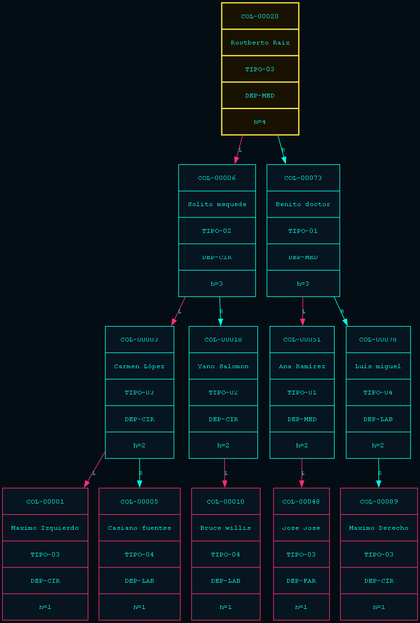
Before: reportes/avl.png, a diagram exported from Graphviz (RONY36606/EDD_1S2026_PY_-202307793_FASE1-2-3). Its source is kept beside it as reportes/avl.dot.
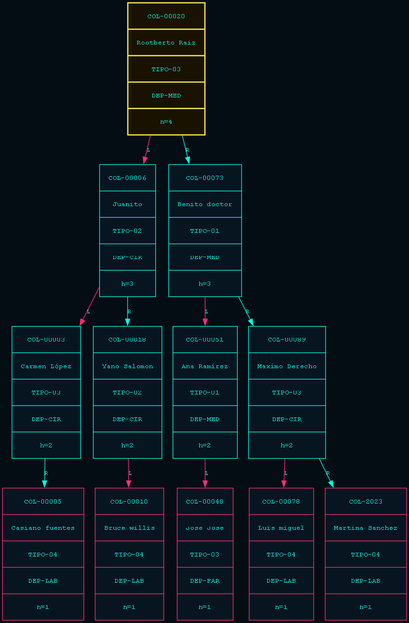
Later version of the same file.

What changed in the source:
```diff
@@ -6,12 +6,10 @@
           color="#00ffe7", margin="0.2"];
     edge [color="#00ffe7", fontcolor="#00ffe7", fontname="Courier", fontsize=9];
     "COL-00020" [label="{COL-00020 | Rootberto Raiz | TIPO-03 | DEP-MED | h=4}", style=filled, fillcolor="#1a1200", color="#f5e642", penwidth=2];
-    "COL-00006" [label="{COL-00006 | Solito mequede | TIPO-02 | DEP-CIR | h=3}", style=filled, fillcolor="#071520", color="#00ffe7"];
+    "COL-00006" [label="{COL-00006 | Juanito | TIPO-02 | DEP-CIR | h=3}", style=filled, fillcolor="#071520", color="#00ffe7"];
     "COL-00020" -> "COL-00006" [label="L", color="#ff2d78"];
     "COL-00003" [label="{COL-00003 | Carmen López | TIPO-03 | DEP-CIR | h=2}", style=filled, fillcolor="#071520", color="#00ffe7"];
     "COL-00006" -> "COL-00003" [label="L", color="#ff2d78"];
-    "COL-00001" [label="{COL-00001 | Maximo Izquierdo | TIPO-03 | DEP-CIR | h=1}", style=filled, fillcolor="#071520", color="#ff2d78"];
-    "COL-00003" -> "COL-00001" [label="L", color="#ff2d78"];
     "COL-00005" [label="{COL-00005 | Casiano fuentes | TIPO-04 | DEP-LAB | h=1}", style=filled, fillcolor="#071520", color="#ff2d78"];
     "COL-00003" -> "COL-00005" [label="R", color="#00ffe7"];
     "COL-00018" [label="{COL-00018 | Yano Salomon | TIPO-02 | DEP-CIR | h=2}", style=filled, fillcolor="#071520", color="#00ffe7"];
@@ -24,8 +22,10 @@
     "COL-00073" -> "COL-00051" [label="L", color="#ff2d78"];
     "COL-00048" [label="{COL-00048 | Jose Jose | TIPO-03 | DEP-FAR | h=1}", style=filled, fillcolor="#071520", color="#ff2d78"];
     "COL-00051" -> "COL-00048" [label="L", color="#ff2d78"];
-    "COL-00078" [label="{COL-00078 | Luis miguel | TIPO-04 | DEP-LAB | h=2}", style=filled, fillcolor="#071520", color="#00ffe7"];
-    "COL-00073" -> "COL-00078" [label="R", color="#00ffe7"];
-    "COL-00089" [label="{COL-00089 | Maximo Derecho | TIPO-03 | DEP-CIR | h=1}", style=filled, fillcolor="#071520", color="#ff2d78"];
-    "COL-00078" -> "COL-00089" [label="R", color="#00ffe7"];
+    "COL-00089" [label="{COL-00089 | Maximo Derecho | TIPO-03 | DEP-CIR | h=2}", style=filled, fillcolor="#071520", color="#00ffe7"];
+    "COL-00073" -> "COL-00089" [label="R", color="#00ffe7"];
+    "COL-00078" [label="{COL-00078 | Luis miguel | TIPO-04 | DEP-LAB | h=1}", style=filled, fillcolor="#071520", color="#ff2d78"];
+    "COL-00089" -> "COL-00078" [label="L", color="#ff2d78"];
+    "COL-2023" [label="{COL-2023 | Martina Sanchez | TIPO-04 | DEP-LAB | h=1}", style=filled, fillcolor="#071520", color="#ff2d78"];
+    "COL-00089" -> "COL-2023" [label="R", color="#00ffe7"];
 }
```
